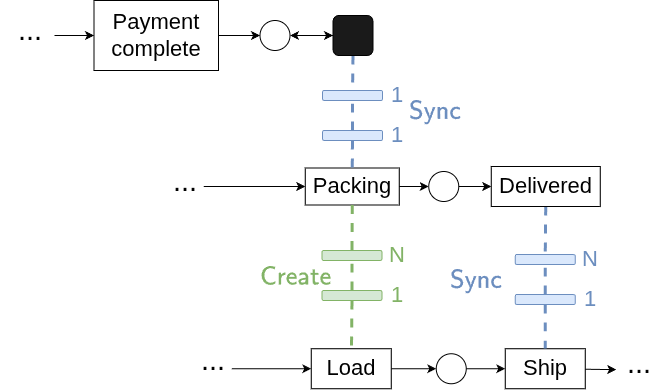
Earlier version of the draw.io export docs/images/packing_deliver.png (francescameneghello/object_centric_simulator). Source tidied: cells renumbered, new cells last; positions are measured from the earlier drawing's top-left corner, leaving out a move shared by most shapes.
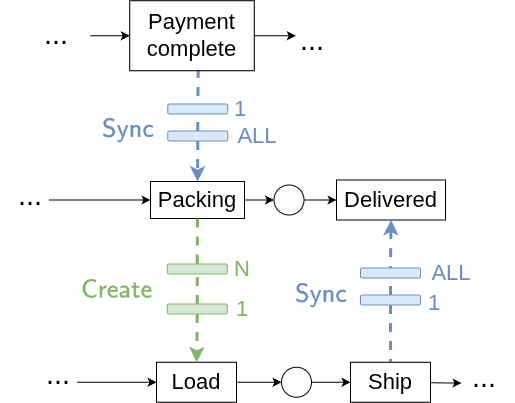
The same file after the commit.

The edit, as a diff of the source:
```diff
@@ -4,28 +4,32 @@
     <mxCell id="1" parent="0" />
     <mxCell id="2" style="edgeStyle=none;html=1;fontSize=22;" parent="1" edge="1" target="5">
       <mxGeometry relative="1" as="geometry">
-        <mxPoint x="55" y="35" as="sourcePoint" />
+        <mxPoint x="2904.8" y="-307.8" as="sourcePoint" />
       </mxGeometry>
     </mxCell>
-    <mxCell id="3" style="edgeStyle=none;html=1;endArrow=none;endFill=0;fillColor=#f8cecc;strokeColor=#6C8EBF;dashed=1;exitX=0.5;exitY=1;exitDx=0;exitDy=0;fontSize=22;strokeWidth=3;" parent="1" edge="1" source="44" target="33">
-      <mxGeometry relative="1" as="geometry" />
+    <mxCell id="3" style="edgeStyle=none;html=1;endArrow=none;endFill=0;fillColor=#f8cecc;strokeColor=#6C8EBF;dashed=1;exitX=0.5;exitY=1;exitDx=0;exitDy=0;fontSize=22;strokeWidth=3;" parent="1" edge="1" target="33">
+      <mxGeometry relative="1" as="geometry">
+        <mxPoint x="3012.8" y="-274.5" as="sourcePoint" />
+      </mxGeometry>
     </mxCell>
-    <mxCell id="4" style="edgeStyle=orthogonalEdgeStyle;rounded=0;jettySize=auto;html=1;exitX=1;exitY=0.5;exitDx=0;exitDy=0;entryX=0;entryY=0.5;entryDx=0;entryDy=0;" parent="1" edge="1" source="5" target="43">
-      <mxGeometry relative="1" as="geometry" />
+    <mxCell id="4" style="edgeStyle=orthogonalEdgeStyle;rounded=0;jettySize=auto;html=1;exitX=1;exitY=0.5;exitDx=0;exitDy=0;entryX=0;entryY=0.5;entryDx=0;entryDy=0;" parent="1" edge="1" source="5">
+      <mxGeometry relative="1" as="geometry">
+        <mxPoint x="3110.2" y="-307.8" as="targetPoint" />
+      </mxGeometry>
     </mxCell>
     <mxCell id="5" value="Payment complete" style="rounded=0;whiteSpace=wrap;html=1;strokeWidth=1;fontSize=22;" parent="1" vertex="1">
-      <mxGeometry x="94.5" width="124.5" height="70" as="geometry" />
+      <mxGeometry x="2944.2" y="-342.8" width="124.5" height="70" as="geometry" />
     </mxCell>
     <mxCell id="6" style="edgeStyle=none;html=1;entryX=0;entryY=0.5;entryDx=0;entryDy=0;fontSize=22;" parent="1" edge="1" target="8">
       <mxGeometry relative="1" as="geometry">
-        <mxPoint x="204.3" y="186" as="sourcePoint" />
+        <mxPoint x="2863.5" y="-143.5" as="sourcePoint" />
       </mxGeometry>
     </mxCell>
     <mxCell id="7" style="edgeStyle=none;html=1;entryX=0;entryY=0.5;entryDx=0;entryDy=0;fontSize=22;" parent="1" edge="1" source="8" target="11">
       <mxGeometry relative="1" as="geometry" />
     </mxCell>
     <mxCell id="8" value="Packing" style="rounded=0;whiteSpace=wrap;html=1;strokeWidth=1;fontSize=22;" parent="1" vertex="1">
-      <mxGeometry x="305.8" y="167.5" width="94" height="37" as="geometry" />
+      <mxGeometry x="2965" y="-162" width="94" height="37" as="geometry" />
     </mxCell>
     <mxCell id="9" style="edgeStyle=none;html=1;entryX=0.5;entryY=0;entryDx=0;entryDy=0;endArrow=none;endFill=0;dashed=1;fillColor=#d5e8d4;strokeColor=#82b366;exitX=0.5;exitY=1;exitDx=0;exitDy=0;fontSize=22;strokeWidth=3;" parent="1" edge="1" source="8" target="19">
       <mxGeometry relative="1" as="geometry" />
@@ -34,61 +38,61 @@
       <mxGeometry relative="1" as="geometry" />
     </mxCell>
     <mxCell id="11" style="ellipse;whiteSpace=wrap;html=1;fontSize=22;" parent="1" vertex="1">
-      <mxGeometry x="429.2" y="171" width="30" height="30" as="geometry" />
+      <mxGeometry x="3088.5" y="-158.5" width="30" height="30" as="geometry" />
     </mxCell>
-    <mxCell id="12" style="edgeStyle=none;html=1;entryX=0.5;entryY=0;entryDx=0;entryDy=0;endArrow=none;endFill=0;dashed=1;fillColor=#dae8fc;strokeColor=#6C8EBF;fontSize=22;exitX=0.5;exitY=1;exitDx=0;exitDy=0;strokeWidth=3;startArrow=none;startFill=0;" parent="1" edge="1" source="13" target="27">
+    <mxCell id="12" style="edgeStyle=none;html=1;entryX=0.5;entryY=0;entryDx=0;entryDy=0;endArrow=none;endFill=0;dashed=1;fillColor=#dae8fc;strokeColor=#6C8EBF;fontSize=22;exitX=0.5;exitY=1;exitDx=0;exitDy=0;strokeWidth=3;startArrow=classic;startFill=1;" parent="1" edge="1" source="13" target="27">
       <mxGeometry relative="1" as="geometry" />
     </mxCell>
     <mxCell id="13" value="Delivered" style="rounded=0;whiteSpace=wrap;html=1;strokeWidth=1;fontSize=22;" parent="1" vertex="1">
-      <mxGeometry x="491.8" y="166" width="109" height="40" as="geometry" />
+      <mxGeometry x="3151" y="-163.5" width="109" height="40" as="geometry" />
     </mxCell>
     <mxCell id="14" style="edgeStyle=none;html=1;entryX=0;entryY=0.5;entryDx=0;entryDy=0;fontSize=22;" parent="1" edge="1" target="16">
       <mxGeometry relative="1" as="geometry">
-        <mxPoint x="232.2" y="368.2" as="sourcePoint" />
+        <mxPoint x="2891.5" y="38.8" as="sourcePoint" />
       </mxGeometry>
     </mxCell>
     <mxCell id="15" style="edgeStyle=none;html=1;fontSize=22;" parent="1" edge="1" source="16" target="18">
       <mxGeometry relative="1" as="geometry" />
     </mxCell>
     <mxCell id="16" value="Load" style="rounded=0;whiteSpace=wrap;html=1;strokeWidth=1;fontSize=22;" parent="1" vertex="1">
-      <mxGeometry x="311.8" y="348.2" width="80" height="40" as="geometry" />
+      <mxGeometry x="2971" y="18.8" width="80" height="40" as="geometry" />
     </mxCell>
     <mxCell id="17" style="edgeStyle=none;html=1;fontSize=22;" parent="1" edge="1" target="26">
       <mxGeometry relative="1" as="geometry">
-        <mxPoint x="465.8" y="368.2" as="sourcePoint" />
+        <mxPoint x="3125" y="38.8" as="sourcePoint" />
       </mxGeometry>
     </mxCell>
     <mxCell id="18" style="ellipse;whiteSpace=wrap;html=1;fontSize=22;" parent="1" vertex="1">
-      <mxGeometry x="436.8" y="353.2" width="30" height="30" as="geometry" />
+      <mxGeometry x="3096" y="23.8" width="30" height="30" as="geometry" />
     </mxCell>
     <mxCell id="19" style="rounded=1;whiteSpace=wrap;html=1;fillColor=#d5e8d4;strokeColor=#82b366;fontSize=22;" parent="1" vertex="1">
-      <mxGeometry x="322.5" y="250" width="60" height="10" as="geometry" />
+      <mxGeometry x="2981.8" y="-79.5" width="60" height="10" as="geometry" />
     </mxCell>
     <mxCell id="20" style="edgeStyle=none;html=1;entryX=0.5;entryY=1;entryDx=0;entryDy=0;endArrow=none;endFill=0;dashed=1;fillColor=#d5e8d4;strokeColor=#82b366;fontSize=22;strokeWidth=3;" parent="1" edge="1" source="22" target="19">
       <mxGeometry relative="1" as="geometry" />
     </mxCell>
-    <mxCell id="21" style="edgeStyle=none;html=1;exitX=0.5;exitY=1;exitDx=0;exitDy=0;dashed=1;fillColor=#d5e8d4;strokeColor=#82b366;endArrow=none;endFill=0;strokeWidth=3;fontSize=22;" parent="1" edge="1" source="22" target="16">
+    <mxCell id="21" style="edgeStyle=none;html=1;exitX=0.5;exitY=1;exitDx=0;exitDy=0;dashed=1;fillColor=#d5e8d4;strokeColor=#82b366;endArrow=classic;endFill=1;strokeWidth=3;fontSize=22;" parent="1" edge="1" source="22" target="16">
       <mxGeometry relative="1" as="geometry" />
     </mxCell>
     <mxCell id="22" style="rounded=1;whiteSpace=wrap;html=1;fillColor=#d5e8d4;strokeColor=#82b366;fontSize=22;" parent="1" vertex="1">
-      <mxGeometry x="322.5" y="290" width="60" height="10" as="geometry" />
+      <mxGeometry x="2981.8" y="-39.5" width="60" height="10" as="geometry" />
     </mxCell>
     <mxCell id="23" value="N" style="text;html=1;whiteSpace=wrap;strokeColor=none;fillColor=none;align=center;verticalAlign=middle;rounded=0;fontColor=#82B366;fontSize=22;" parent="1" vertex="1">
-      <mxGeometry x="367.5" y="240" width="60" height="30" as="geometry" />
+      <mxGeometry x="3026.8" y="-89.5" width="60" height="30" as="geometry" />
     </mxCell>
     <mxCell id="24" value="1" style="text;html=1;whiteSpace=wrap;strokeColor=none;fillColor=none;align=center;verticalAlign=middle;rounded=0;fontColor=#82B366;fontSize=22;" parent="1" vertex="1">
-      <mxGeometry x="367.5" y="280" width="60" height="30" as="geometry" />
+      <mxGeometry x="3026.8" y="-49.5" width="60" height="30" as="geometry" />
     </mxCell>
     <mxCell id="25" style="edgeStyle=none;html=1;fontSize=22;" parent="1" edge="1" source="26">
       <mxGeometry relative="1" as="geometry">
-        <mxPoint x="616.8" y="369.1" as="targetPoint" />
+        <mxPoint x="3276" y="39.6" as="targetPoint" />
       </mxGeometry>
     </mxCell>
     <mxCell id="26" value="Ship" style="rounded=0;whiteSpace=wrap;html=1;strokeWidth=1;fontSize=22;" parent="1" vertex="1">
-      <mxGeometry x="505.8" y="348.2" width="80" height="40" as="geometry" />
+      <mxGeometry x="3165" y="18.8" width="80" height="40" as="geometry" />
     </mxCell>
     <mxCell id="27" style="rounded=1;whiteSpace=wrap;html=1;fillColor=#dae8fc;strokeColor=#6c8ebf;fontSize=22;strokeWidth=1;" parent="1" vertex="1">
-      <mxGeometry x="515.8" y="254" width="60" height="10" as="geometry" />
+      <mxGeometry x="3175" y="-75.5" width="60" height="10" as="geometry" />
     </mxCell>
     <mxCell id="28" style="edgeStyle=none;html=1;entryX=0.5;entryY=1;entryDx=0;entryDy=0;endArrow=none;endFill=0;dashed=1;fillColor=#f8cecc;strokeColor=#6C8EBF;fontSize=22;strokeWidth=3;" parent="1" edge="1" source="30" target="27">
       <mxGeometry relative="1" as="geometry" />
@@ -97,61 +101,55 @@
       <mxGeometry relative="1" as="geometry" />
     </mxCell>
     <mxCell id="30" style="rounded=1;whiteSpace=wrap;html=1;fillColor=#dae8fc;strokeColor=#6c8ebf;fontSize=22;strokeWidth=1;" parent="1" vertex="1">
-      <mxGeometry x="515.8" y="294" width="60" height="10" as="geometry" />
+      <mxGeometry x="3175" y="-48.5" width="60" height="10" as="geometry" />
     </mxCell>
-    <mxCell id="31" value="N" style="text;html=1;whiteSpace=wrap;strokeColor=none;fillColor=none;align=center;verticalAlign=middle;rounded=0;fontColor=#6C8EBF;fontSize=22;" parent="1" vertex="1">
-      <mxGeometry x="560.8" y="244" width="60" height="30" as="geometry" />
+    <mxCell id="31" value="ALL" style="text;html=1;whiteSpace=wrap;strokeColor=none;fillColor=none;align=center;verticalAlign=middle;rounded=0;fontColor=#6C8EBF;fontSize=22;" parent="1" vertex="1">
+      <mxGeometry x="3236" y="-85.5" width="60" height="30" as="geometry" />
     </mxCell>
     <mxCell id="32" value="1" style="text;html=1;whiteSpace=wrap;strokeColor=none;fillColor=none;align=center;verticalAlign=middle;rounded=0;fontColor=#6C8EBF;fontSize=22;" parent="1" vertex="1">
-      <mxGeometry x="560.8" y="284" width="60" height="30" as="geometry" />
+      <mxGeometry x="3218.9" y="-55.5" width="60" height="30" as="geometry" />
     </mxCell>
     <mxCell id="33" style="rounded=1;whiteSpace=wrap;html=1;fillColor=#dae8fc;strokeColor=#6c8ebf;fontSize=22;" parent="1" vertex="1">
-      <mxGeometry x="323" y="90" width="60" height="10" as="geometry" />
+      <mxGeometry x="2982.2" y="-239.5" width="60" height="10" as="geometry" />
     </mxCell>
     <mxCell id="34" style="edgeStyle=none;html=1;entryX=0.5;entryY=1;entryDx=0;entryDy=0;endArrow=none;endFill=0;dashed=1;fillColor=#f8cecc;strokeColor=#6C8EBF;fontSize=22;strokeWidth=3;" parent="1" edge="1" source="36" target="33">
       <mxGeometry relative="1" as="geometry" />
     </mxCell>
-    <mxCell id="35" style="html=1;dashed=1;fillColor=#f8cecc;strokeColor=#6C8EBF;endArrow=none;endFill=0;entryX=0.5;entryY=0;entryDx=0;entryDy=0;fontSize=22;strokeWidth=3;exitX=0.5;exitY=1;exitDx=0;exitDy=0;" parent="1" edge="1" source="36" target="8">
+    <mxCell id="35" style="html=1;dashed=1;fillColor=#f8cecc;strokeColor=#6C8EBF;endArrow=classic;endFill=1;entryX=0.5;entryY=0;entryDx=0;entryDy=0;fontSize=22;strokeWidth=3;exitX=0.5;exitY=1;exitDx=0;exitDy=0;" parent="1" edge="1" source="36" target="8">
       <mxGeometry relative="1" as="geometry" />
     </mxCell>
     <mxCell id="36" style="rounded=1;whiteSpace=wrap;html=1;fillColor=#dae8fc;strokeColor=#6c8ebf;fontSize=22;" parent="1" vertex="1">
-      <mxGeometry x="323" y="130" width="60" height="10" as="geometry" />
+      <mxGeometry x="2982.2" y="-212.5" width="60" height="10" as="geometry" />
     </mxCell>
     <mxCell id="37" value="1" style="text;html=1;whiteSpace=wrap;strokeColor=none;fillColor=none;align=center;verticalAlign=middle;rounded=0;fontColor=#6C8EBF;fontSize=22;" parent="1" vertex="1">
-      <mxGeometry x="368" y="80" width="60" height="30" as="geometry" />
+      <mxGeometry x="3025" y="-249.5" width="60" height="30" as="geometry" />
     </mxCell>
-    <mxCell id="38" value="1" style="text;html=1;whiteSpace=wrap;strokeColor=none;fillColor=none;align=center;verticalAlign=middle;rounded=0;fontColor=#6C8EBF;fontSize=22;" parent="1" vertex="1">
-      <mxGeometry x="368" y="120" width="60" height="30" as="geometry" />
+    <mxCell id="38" value="ALL" style="text;html=1;whiteSpace=wrap;strokeColor=none;fillColor=none;align=center;verticalAlign=middle;rounded=0;fontColor=#6C8EBF;fontSize=22;" parent="1" vertex="1">
+      <mxGeometry x="3042.2" y="-222" width="60" height="30" as="geometry" />
     </mxCell>
     <mxCell id="39" value="&lt;font style=&quot;color: rgb(130, 179, 102);&quot;&gt;&lt;b&gt;$$\textsf{Create}$$&lt;/b&gt;&amp;nbsp;&lt;/font&gt;" style="text;html=1;whiteSpace=wrap;strokeColor=none;fillColor=none;align=center;verticalAlign=middle;rounded=0;fontColor=#82B366;fontSize=22;" parent="1" vertex="1">
-      <mxGeometry x="258.2" y="260" width="78" height="59" as="geometry" />
+      <mxGeometry x="2893" y="-70" width="78" height="59" as="geometry" />
     </mxCell>
     <mxCell id="40" value="&lt;font style=&quot;&quot;&gt;&lt;b&gt;$$\textsf{Sync}$$&lt;/b&gt;&amp;nbsp;&lt;/font&gt;" style="text;html=1;whiteSpace=wrap;align=center;verticalAlign=middle;rounded=0;fontSize=22;fontColor=#6C8EBF;" parent="1" vertex="1">
-      <mxGeometry x="396.5" y="95" width="78" height="59" as="geometry" />
+      <mxGeometry x="2904.2" y="-229.5" width="78" height="59" as="geometry" />
     </mxCell>
     <mxCell id="41" value="&lt;font style=&quot;&quot;&gt;&lt;b&gt;$$\textsf{Sync}$$&lt;/b&gt;&amp;nbsp;&lt;/font&gt;" style="text;html=1;whiteSpace=wrap;align=center;verticalAlign=middle;rounded=0;fontSize=22;fontColor=#6C8EBF;" parent="1" vertex="1">
-      <mxGeometry x="437.8" y="264.8" width="78" height="59" as="geometry" />
+      <mxGeometry x="3097" y="-64.8" width="78" height="59" as="geometry" />
     </mxCell>
-    <mxCell id="42" style="edgeStyle=orthogonalEdgeStyle;rounded=0;jettySize=auto;html=1;entryX=0;entryY=0.5;entryDx=0;entryDy=0;startArrow=classic;startFill=1;" parent="1" edge="1" source="43" target="44">
-      <mxGeometry relative="1" as="geometry" />
+    <mxCell id="42" value="&lt;font style=&quot;font-size: 29px;&quot;&gt;...&lt;/font&gt;" style="text;html=1;whiteSpace=wrap;strokeColor=none;fillColor=none;align=center;verticalAlign=middle;rounded=0;" parent="1" vertex="1">
+      <mxGeometry x="2840.8" y="-324.5" width="60" height="30" as="geometry" />
     </mxCell>
-    <mxCell id="43" style="ellipse;whiteSpace=wrap;html=1;fontSize=22;" parent="1" vertex="1">
-      <mxGeometry x="260.5" y="20" width="30" height="30" as="geometry" />
+    <mxCell id="43" value="&lt;font style=&quot;font-size: 29px;&quot;&gt;...&lt;/font&gt;" style="text;html=1;whiteSpace=wrap;strokeColor=none;fillColor=none;align=center;verticalAlign=middle;rounded=0;" parent="1" vertex="1">
+      <mxGeometry x="2814.8" y="-163.5" width="60" height="30" as="geometry" />
     </mxCell>
-    <mxCell id="44" style="rounded=1;whiteSpace=wrap;html=1;fillColor=#1A1A1A;fontSize=22;" parent="1" vertex="1">
-      <mxGeometry x="333.5" y="15" width="40" height="40" as="geometry" />
+    <mxCell id="44" value="&lt;font style=&quot;font-size: 29px;&quot;&gt;...&lt;/font&gt;" style="text;html=1;whiteSpace=wrap;strokeColor=none;fillColor=none;align=center;verticalAlign=middle;rounded=0;" parent="1" vertex="1">
+      <mxGeometry x="3269" y="18.8" width="60" height="30" as="geometry" />
     </mxCell>
     <mxCell id="45" value="&lt;font style=&quot;font-size: 29px;&quot;&gt;...&lt;/font&gt;" style="text;html=1;whiteSpace=wrap;strokeColor=none;fillColor=none;align=center;verticalAlign=middle;rounded=0;" parent="1" vertex="1">
-      <mxGeometry x="0.5" y="15" width="60" height="30" as="geometry" />
+      <mxGeometry x="2843.2" y="15.5" width="60" height="30" as="geometry" />
     </mxCell>
     <mxCell id="46" value="&lt;font style=&quot;font-size: 29px;&quot;&gt;...&lt;/font&gt;" style="text;html=1;whiteSpace=wrap;strokeColor=none;fillColor=none;align=center;verticalAlign=middle;rounded=0;" parent="1" vertex="1">
-      <mxGeometry x="155.5" y="166" width="60" height="30" as="geometry" />
+      <mxGeometry x="3097" y="-318.2" width="60" height="30" as="geometry" />
     </mxCell>
-    <mxCell id="47" value="&lt;font style=&quot;font-size: 29px;&quot;&gt;...&lt;/font&gt;" style="text;html=1;whiteSpace=wrap;strokeColor=none;fillColor=none;align=center;verticalAlign=middle;rounded=0;" parent="1" vertex="1">
-      <mxGeometry x="609.8" y="348.2" width="60" height="30" as="geometry" />
-    </mxCell>
-    <mxCell id="48" value="&lt;font style=&quot;font-size: 29px;&quot;&gt;...&lt;/font&gt;" style="text;html=1;whiteSpace=wrap;strokeColor=none;fillColor=none;align=center;verticalAlign=middle;rounded=0;" parent="1" vertex="1">
-      <mxGeometry x="184" y="345" width="60" height="30" as="geometry" />
-    </mxCell>
   </root>
 </mxGraphModel>
```
